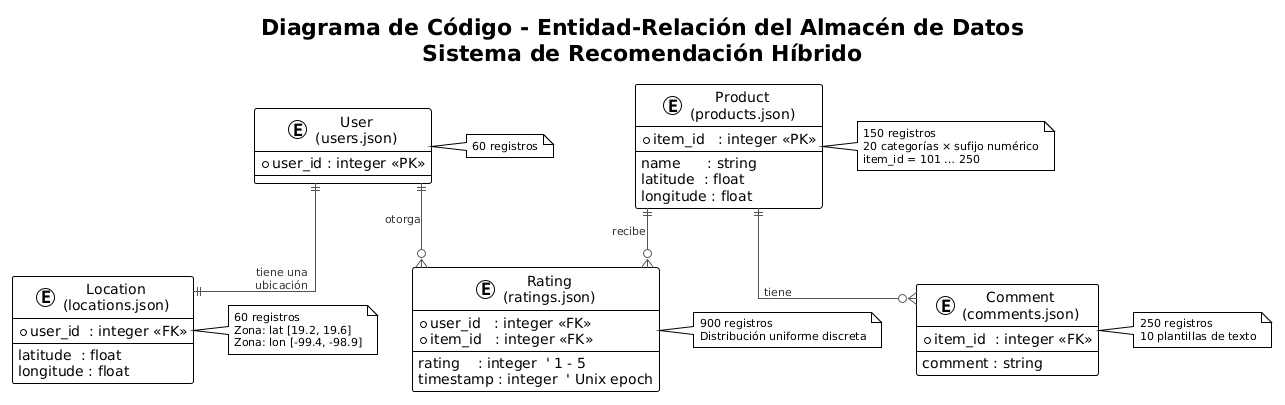
Above: docs/c4/code/Codigo.png in penaabraham/app-recomendacion-geolocalizada (PlantUML), before the change. The source it was exported from:
```plantuml
@startuml
!theme plain
title Diagrama de Código - Entidad-Relación del Almacén de Datos\nSistema de Recomendación Híbrido

skinparam linetype ortho
skinparam EntityBackgroundColor #FFF8E1
skinparam EntityBorderColor #E65100
skinparam EntityFontSize 13
skinparam ArrowColor #555555
skinparam ArrowFontSize 11
skinparam ArrowFontColor #333333
skinparam NoteFontSize 11


entity "User\n(users.json)" as User {
    * user_id : integer <<PK>>
}

entity "Location\n(locations.json)" as Location {
    * user_id  : integer <<FK>>
    --
    latitude  : float
    longitude : float
}

entity "Product\n(products.json)" as Product {
    * item_id   : integer <<PK>>
    --
    name      : string
    latitude  : float
    longitude : float
}

entity "Rating\n(ratings.json)" as Rating {
    * user_id   : integer <<FK>>
    * item_id   : integer <<FK>>
    --
    rating    : integer  ' 1 - 5
    timestamp : integer  ' Unix epoch
}

entity "Comment\n(comments.json)" as Comment {
    * item_id  : integer <<FK>>
    --
    comment : string
}


note right of User
  60 registros
end note

note right of Location
  60 registros
  Zona: lat [19.2, 19.6]
  Zona: lon [-99.4, -98.9]
end note

note right of Product
  150 registros
  20 categorías × sufijo numérico
  item_id = 101 … 250
end note

note right of Rating
  900 registros
  Distribución uniforme discreta
end note

note right of Comment
  250 registros
  10 plantillas de texto
end note


User        ||--||    Location : "tiene una\nubicación"
User        ||--o{    Rating   : "otorga"
Product     ||--o{    Rating   : "recibe"
Product     ||--o{    Comment  : "tiene"
@enduml
```
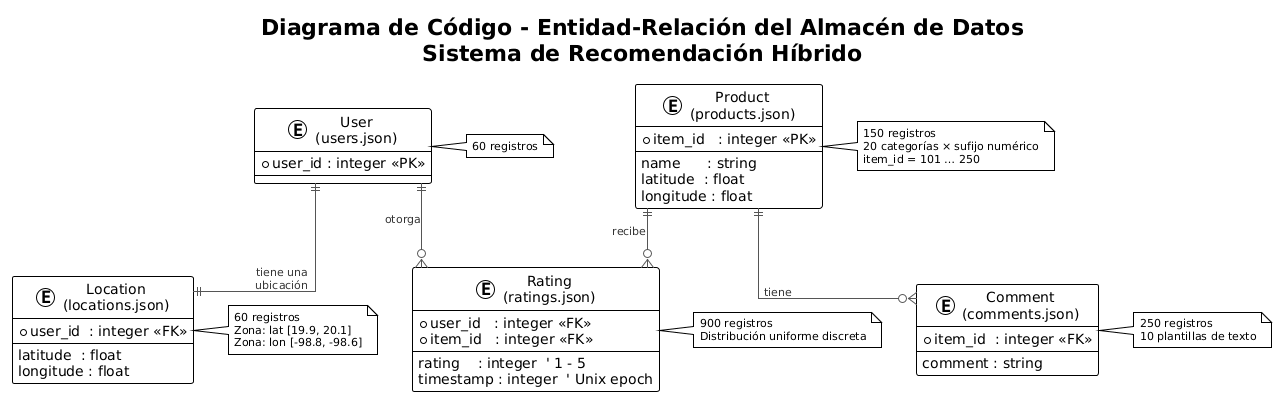
Above is the later version.

Commit message:
doc: Diagrama de código actualizado

Change to the diagram source:
```diff
@@ -52,8 +52,8 @@
 
 note right of Location
   60 registros
-  Zona: lat [19.2, 19.6]
-  Zona: lon [-99.4, -98.9]
+  Zona: lat [19.9, 20.1]
+  Zona: lon [-98.8, -98.6]
 end note
 
 note right of Product
```
